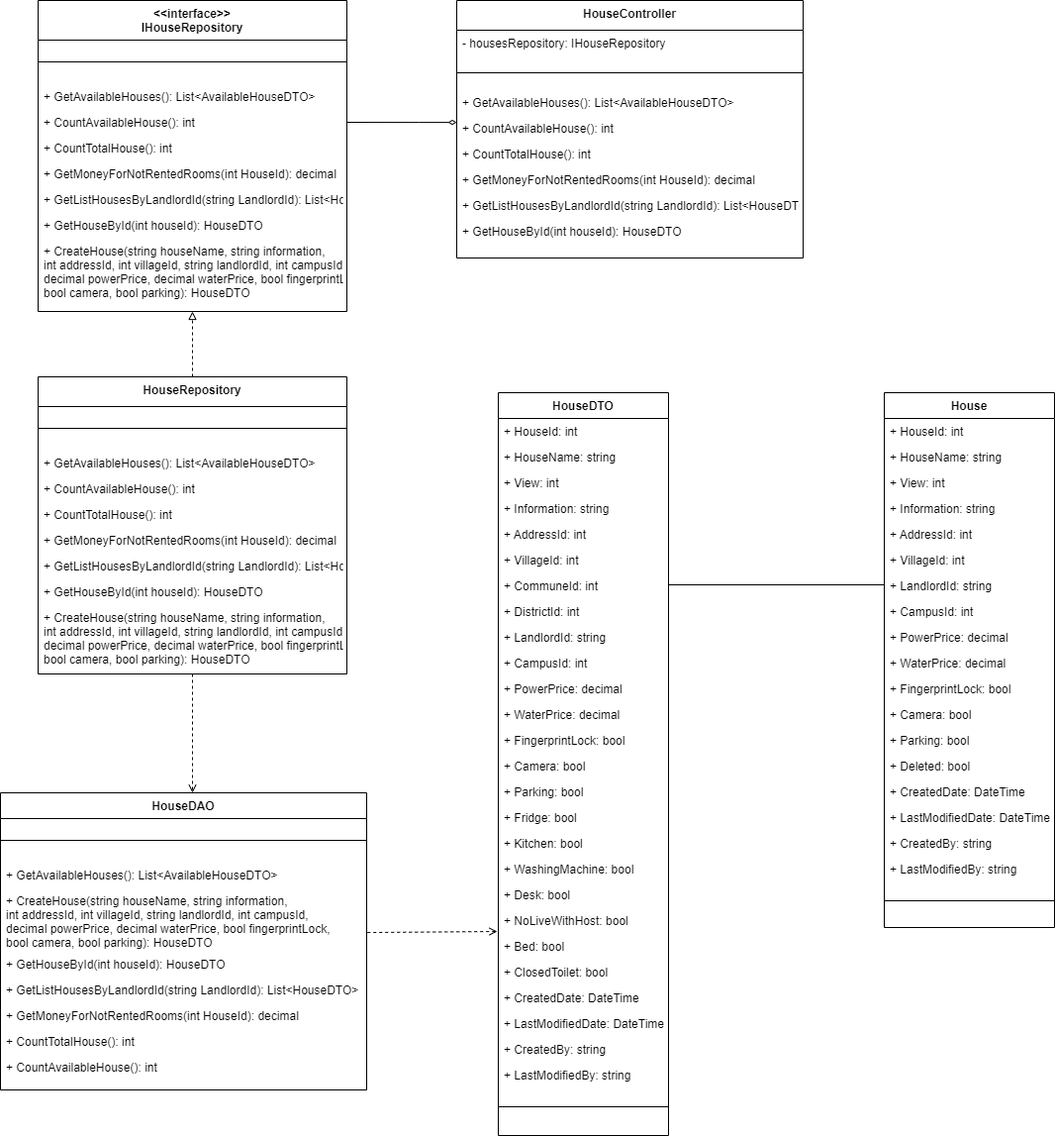
nguyenthegiang/fu-house-finder keeps this draw.io diagram as Documentation/Diagram/Class Diagrams/(Staff) List House Class Diagram.drawio.png. Above is the earlier version. Source tidied: cells renumbered, new cells last; positions are measured from the earlier drawing's top-left corner, leaving out a move shared by most shapes.
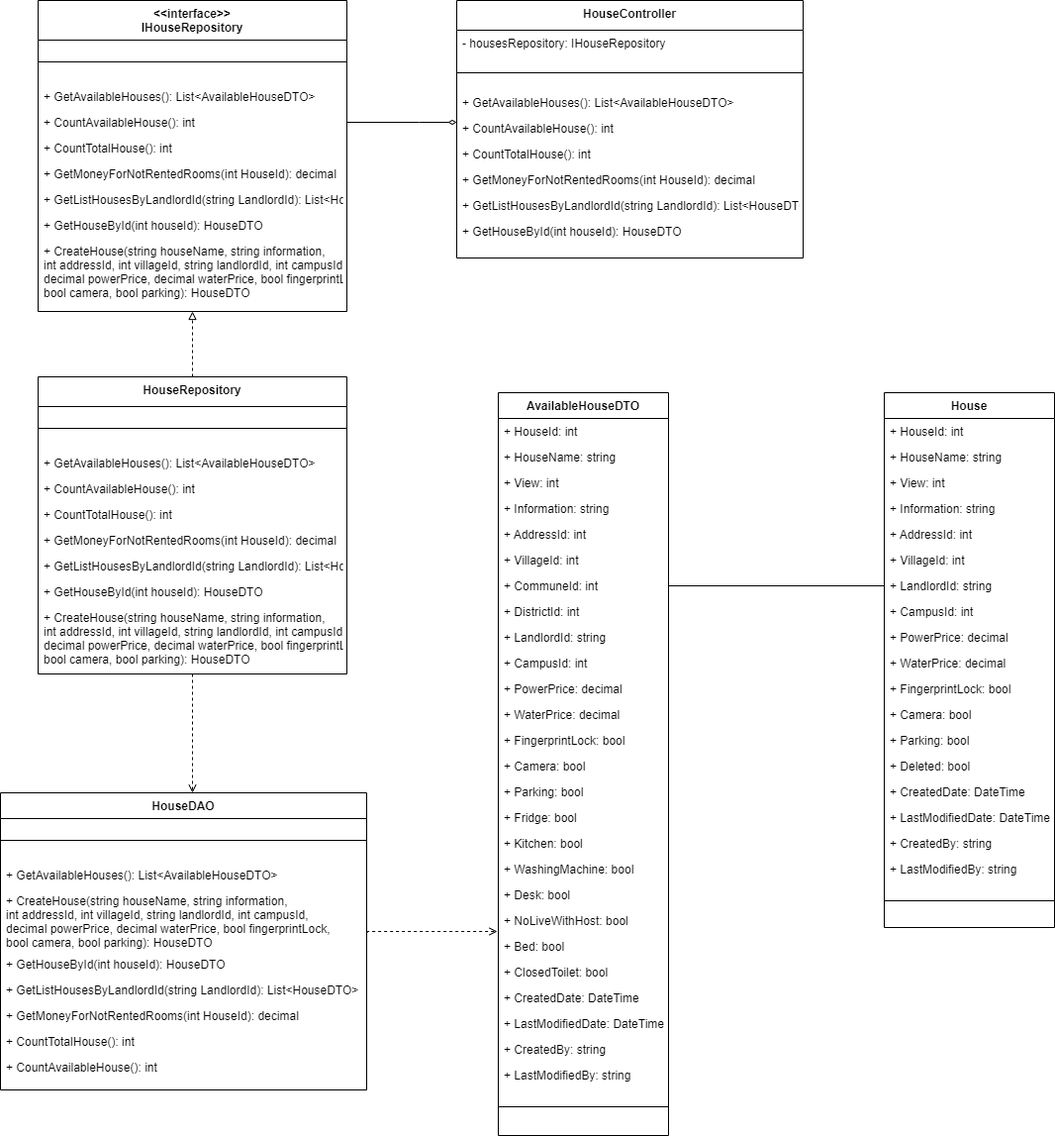
Later version of the same file.

Diff of the diagram source:
```diff
@@ -69,7 +69,7 @@
     <mxCell id="22" style="line;html=1;strokeWidth=1;align=left;verticalAlign=middle;spacingTop=-1;spacingLeft=3;spacingRight=3;labelPosition=right;" parent="3" vertex="1">
       <mxGeometry y="494" width="172" height="38" as="geometry" />
     </mxCell>
-    <mxCell id="23" value="HouseDTO" style="swimlane;fontStyle=1;align=center;verticalAlign=top;horizontal=1;startSize=26;rounded=0;shadow=0;strokeWidth=1;" parent="1" vertex="1">
+    <mxCell id="23" value="AvailableHouseDTO&#10;" style="swimlane;fontStyle=1;align=center;verticalAlign=top;horizontal=1;startSize=26;rounded=0;shadow=0;strokeWidth=1;" parent="1" vertex="1">
       <mxGeometry x="503" y="396" width="172" height="750" as="geometry" />
     </mxCell>
     <mxCell id="24" value="+ HouseId: int" style="text;align=left;verticalAlign=top;spacingLeft=4;spacingRight=4;overflow=hidden;" parent="23" vertex="1">
```
